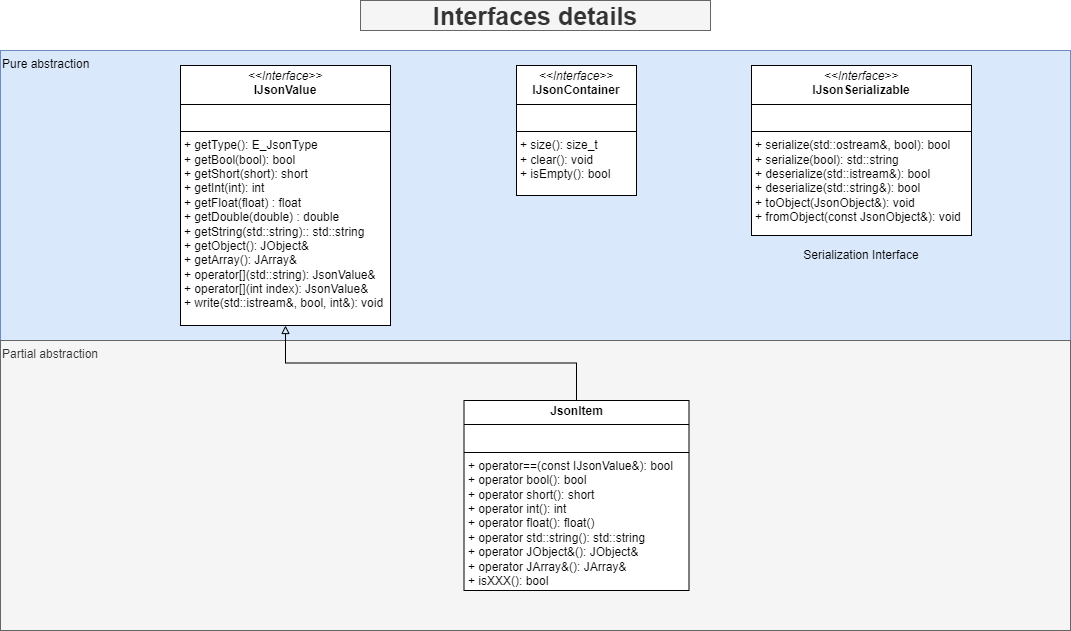
The draw.io diagram resources/interfaces_details.png in mtiberghien/JsonIO, before a commit. Source tidied: cells renumbered, new cells last; positions are measured from the earlier drawing's top-left corner, leaving out a move shared by most shapes.
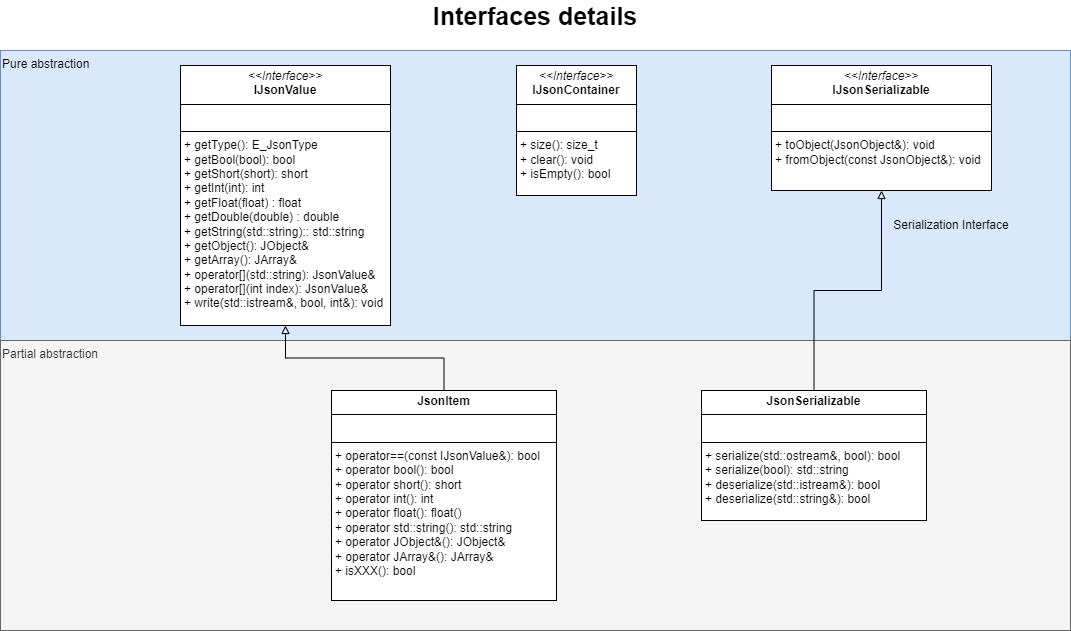
The same file after the commit.

Change to the diagram source:
```diff
@@ -11,14 +11,14 @@
     <mxCell id="4" value="&lt;p style=&quot;margin:0px;margin-top:4px;text-align:center;&quot;&gt;&lt;i&gt;&amp;lt;&amp;lt;Interface&amp;gt;&amp;gt;&lt;/i&gt;&lt;br&gt;&lt;b&gt;IJsonValue&lt;/b&gt;&lt;/p&gt;&lt;hr size=&quot;1&quot; style=&quot;border-style:solid;&quot;&gt;&lt;p style=&quot;margin:0px;margin-left:4px;&quot;&gt;&lt;br&gt;&lt;/p&gt;&lt;hr size=&quot;1&quot; style=&quot;border-style:solid;&quot;&gt;&lt;p style=&quot;margin:0px;margin-left:4px;&quot;&gt;+ getType(): E_JsonType&lt;br&gt;+ getBool(bool): bool&lt;/p&gt;&lt;p style=&quot;margin:0px;margin-left:4px;&quot;&gt;+ getShort(short): short&lt;/p&gt;&lt;p style=&quot;margin:0px;margin-left:4px;&quot;&gt;+ getInt(int): int&lt;/p&gt;&lt;p style=&quot;margin:0px;margin-left:4px;&quot;&gt;+ getFloat(float) : float&lt;/p&gt;&lt;p style=&quot;margin:0px;margin-left:4px;&quot;&gt;+ getDouble(double) : double&lt;/p&gt;&lt;p style=&quot;margin:0px;margin-left:4px;&quot;&gt;+ getString(std::string):: std::string&lt;/p&gt;&lt;p style=&quot;margin:0px;margin-left:4px;&quot;&gt;+ getObject(): JObject&amp;amp;&lt;/p&gt;&lt;p style=&quot;margin:0px;margin-left:4px;&quot;&gt;+ getArray(): JArray&amp;amp;&lt;/p&gt;&lt;p style=&quot;margin:0px;margin-left:4px;&quot;&gt;+ operator[](std::string): JsonValue&amp;amp;&lt;/p&gt;&lt;p style=&quot;margin:0px;margin-left:4px;&quot;&gt;+ operator[](int index): JsonValue&amp;amp;&lt;/p&gt;&lt;p style=&quot;margin:0px;margin-left:4px;&quot;&gt;+ write(std::istream&amp;amp;, bool, int&amp;amp;): void&lt;/p&gt;&lt;p style=&quot;margin:0px;margin-left:4px;&quot;&gt;&lt;br&gt;&lt;/p&gt;" style="verticalAlign=top;align=left;overflow=fill;html=1;whiteSpace=wrap;" parent="1" vertex="1">
       <mxGeometry x="180" y="65" width="210" height="260" as="geometry" />
     </mxCell>
-    <mxCell id="5" value="&lt;p style=&quot;margin:0px;margin-top:4px;text-align:center;&quot;&gt;&lt;i&gt;&amp;lt;&amp;lt;Interface&amp;gt;&amp;gt;&lt;/i&gt;&lt;br&gt;&lt;b&gt;IJsonSerializable&lt;/b&gt;&lt;/p&gt;&lt;hr size=&quot;1&quot; style=&quot;border-style:solid;&quot;&gt;&lt;p style=&quot;margin:0px;margin-left:4px;&quot;&gt;&lt;br&gt;&lt;/p&gt;&lt;hr size=&quot;1&quot; style=&quot;border-style:solid;&quot;&gt;&lt;p style=&quot;margin:0px;margin-left:4px;&quot;&gt;+ serialize(std::ostream&amp;amp;, bool): bool&lt;/p&gt;&lt;p style=&quot;margin:0px;margin-left:4px;&quot;&gt;+ serialize(bool): std::string&lt;/p&gt;&lt;p style=&quot;margin:0px;margin-left:4px;&quot;&gt;+ deserialize(std::istream&amp;amp;): bool&lt;/p&gt;&lt;p style=&quot;margin:0px;margin-left:4px;&quot;&gt;+ deserialize(std::string&amp;amp;): bool&lt;/p&gt;&lt;p style=&quot;margin:0px;margin-left:4px;&quot;&gt;+ toObject(JsonObject&amp;amp;): void&lt;/p&gt;&lt;p style=&quot;margin:0px;margin-left:4px;&quot;&gt;+ fromObject(const JsonObject&amp;amp;): void&lt;/p&gt;" style="verticalAlign=top;align=left;overflow=fill;html=1;whiteSpace=wrap;" parent="1" vertex="1">
-      <mxGeometry x="751" y="65" width="220" height="170" as="geometry" />
+    <mxCell id="5" value="&lt;p style=&quot;margin:0px;margin-top:4px;text-align:center;&quot;&gt;&lt;i&gt;&amp;lt;&amp;lt;Interface&amp;gt;&amp;gt;&lt;/i&gt;&lt;br&gt;&lt;b&gt;IJsonSerializable&lt;/b&gt;&lt;/p&gt;&lt;hr size=&quot;1&quot; style=&quot;border-style:solid;&quot;&gt;&lt;p style=&quot;margin:0px;margin-left:4px;&quot;&gt;&lt;br&gt;&lt;/p&gt;&lt;hr size=&quot;1&quot; style=&quot;border-style:solid;&quot;&gt;&lt;p style=&quot;margin:0px;margin-left:4px;&quot;&gt;&lt;span style=&quot;background-color: initial;&quot;&gt;+ toObject(JsonObject&amp;amp;): void&lt;/span&gt;&lt;br&gt;&lt;/p&gt;&lt;p style=&quot;margin:0px;margin-left:4px;&quot;&gt;+ fromObject(const JsonObject&amp;amp;): void&lt;/p&gt;" style="verticalAlign=top;align=left;overflow=fill;html=1;whiteSpace=wrap;" parent="1" vertex="1">
+      <mxGeometry x="771" y="65" width="220" height="125" as="geometry" />
     </mxCell>
     <mxCell id="6" style="edgeStyle=orthogonalEdgeStyle;rounded=0;jettySize=auto;html=1;exitX=0.5;exitY=0;exitDx=0;exitDy=0;endArrow=block;endFill=0;" parent="1" edge="1" source="7" target="4">
       <mxGeometry relative="1" as="geometry" />
     </mxCell>
     <mxCell id="7" value="&lt;p style=&quot;margin:0px;margin-top:4px;text-align:center;&quot;&gt;&lt;b&gt;JsonItem&lt;/b&gt;&lt;/p&gt;&lt;hr size=&quot;1&quot; style=&quot;border-style:solid;&quot;&gt;&lt;p style=&quot;margin:0px;margin-left:4px;&quot;&gt;&lt;br&gt;&lt;/p&gt;&lt;hr size=&quot;1&quot; style=&quot;border-style:solid;&quot;&gt;&lt;p style=&quot;margin:0px;margin-left:4px;&quot;&gt;+ operator==(const IJsonValue&amp;amp;): bool&lt;/p&gt;&lt;p style=&quot;margin:0px;margin-left:4px;&quot;&gt;+ operator bool(): bool&lt;/p&gt;&lt;p style=&quot;margin:0px;margin-left:4px;&quot;&gt;+ operator short(): short&lt;/p&gt;&lt;p style=&quot;margin:0px;margin-left:4px;&quot;&gt;+ operator int(): int&lt;/p&gt;&lt;p style=&quot;margin:0px;margin-left:4px;&quot;&gt;+ operator float(): float()&lt;/p&gt;&lt;p style=&quot;margin:0px;margin-left:4px;&quot;&gt;+ operator std::string(): std::string&lt;/p&gt;&lt;p style=&quot;margin:0px;margin-left:4px;&quot;&gt;+ operator JObject&amp;amp;(): JObject&amp;amp;&lt;/p&gt;&lt;p style=&quot;margin:0px;margin-left:4px;&quot;&gt;+ operator JArray&amp;amp;(): JArray&amp;amp;&lt;/p&gt;&lt;p style=&quot;margin:0px;margin-left:4px;&quot;&gt;+ isXXX(): bool&lt;/p&gt;&lt;p style=&quot;margin:0px;margin-left:4px;&quot;&gt;&lt;br&gt;&lt;/p&gt;" style="verticalAlign=top;align=left;overflow=fill;html=1;whiteSpace=wrap;" parent="1" vertex="1">
-      <mxGeometry x="463.5" y="400" width="225" height="190" as="geometry" />
+      <mxGeometry x="331" y="390" width="225" height="210" as="geometry" />
     </mxCell>
     <mxCell id="8" value="&lt;p style=&quot;margin:0px;margin-top:4px;text-align:center;&quot;&gt;&lt;i&gt;&amp;lt;&amp;lt;Interface&amp;gt;&amp;gt;&lt;/i&gt;&lt;br&gt;&lt;b&gt;IJsonContainer&lt;/b&gt;&lt;/p&gt;&lt;hr size=&quot;1&quot; style=&quot;border-style:solid;&quot;&gt;&lt;p style=&quot;margin:0px;margin-left:4px;&quot;&gt;&lt;br&gt;&lt;/p&gt;&lt;hr size=&quot;1&quot; style=&quot;border-style:solid;&quot;&gt;&lt;p style=&quot;margin:0px;margin-left:4px;&quot;&gt;+ size(): size_t&lt;/p&gt;&lt;p style=&quot;margin:0px;margin-left:4px;&quot;&gt;+ clear(): void&lt;/p&gt;&lt;p style=&quot;margin:0px;margin-left:4px;&quot;&gt;+ isEmpty(): bool&lt;/p&gt;" style="verticalAlign=top;align=left;overflow=fill;html=1;whiteSpace=wrap;" parent="1" vertex="1">
       <mxGeometry x="516" y="65" width="120" height="130" as="geometry" />
@@ -27,34 +27,13 @@
       <mxGeometry x="360" width="350" height="30" as="geometry" />
     </mxCell>
     <mxCell id="10" value="Serialization Interface" style="text;html=1;align=center;verticalAlign=middle;whiteSpace=wrap;rounded=0;" parent="1" vertex="1">
-      <mxGeometry x="801" y="240" width="120" height="30" as="geometry" />
+      <mxGeometry x="891" y="210" width="120" height="30" as="geometry" />
     </mxCell>
-    <mxCell id="11" value="Pure abstraction" style="rounded=0;whiteSpace=wrap;html=1;align=left;verticalAlign=top;fillColor=#dae8fc;strokeColor=#6c8ebf;" parent="1" vertex="1">
-      <mxGeometry y="50" width="1070" height="290" as="geometry" />
-    </mxCell>
-    <mxCell id="12" value="Partial abstraction" style="rounded=0;whiteSpace=wrap;html=1;align=left;verticalAlign=top;fillColor=#f5f5f5;strokeColor=#666666;fontColor=#333333;" parent="1" vertex="1">
-      <mxGeometry y="340" width="1070" height="290" as="geometry" />
-    </mxCell>
-    <mxCell id="13" value="&lt;p style=&quot;margin:0px;margin-top:4px;text-align:center;&quot;&gt;&lt;i&gt;&amp;lt;&amp;lt;Interface&amp;gt;&amp;gt;&lt;/i&gt;&lt;br&gt;&lt;b&gt;IJsonValue&lt;/b&gt;&lt;/p&gt;&lt;hr size=&quot;1&quot; style=&quot;border-style:solid;&quot;&gt;&lt;p style=&quot;margin:0px;margin-left:4px;&quot;&gt;&lt;br&gt;&lt;/p&gt;&lt;hr size=&quot;1&quot; style=&quot;border-style:solid;&quot;&gt;&lt;p style=&quot;margin:0px;margin-left:4px;&quot;&gt;+ getType(): E_JsonType&lt;br&gt;+ getBool(bool): bool&lt;/p&gt;&lt;p style=&quot;margin:0px;margin-left:4px;&quot;&gt;+ getShort(short): short&lt;/p&gt;&lt;p style=&quot;margin:0px;margin-left:4px;&quot;&gt;+ getInt(int): int&lt;/p&gt;&lt;p style=&quot;margin:0px;margin-left:4px;&quot;&gt;+ getFloat(float) : float&lt;/p&gt;&lt;p style=&quot;margin:0px;margin-left:4px;&quot;&gt;+ getDouble(double) : double&lt;/p&gt;&lt;p style=&quot;margin:0px;margin-left:4px;&quot;&gt;+ getString(std::string):: std::string&lt;/p&gt;&lt;p style=&quot;margin:0px;margin-left:4px;&quot;&gt;+ getObject(): JObject&amp;amp;&lt;/p&gt;&lt;p style=&quot;margin:0px;margin-left:4px;&quot;&gt;+ getArray(): JArray&amp;amp;&lt;/p&gt;&lt;p style=&quot;margin:0px;margin-left:4px;&quot;&gt;+ operator[](std::string): JsonValue&amp;amp;&lt;/p&gt;&lt;p style=&quot;margin:0px;margin-left:4px;&quot;&gt;+ operator[](int index): JsonValue&amp;amp;&lt;/p&gt;&lt;p style=&quot;margin:0px;margin-left:4px;&quot;&gt;+ write(std::istream&amp;amp;, bool, int&amp;amp;): void&lt;/p&gt;&lt;p style=&quot;margin:0px;margin-left:4px;&quot;&gt;&lt;br&gt;&lt;/p&gt;" style="verticalAlign=top;align=left;overflow=fill;html=1;whiteSpace=wrap;" parent="1" vertex="1">
-      <mxGeometry x="180" y="65" width="210" height="260" as="geometry" />
-    </mxCell>
-    <mxCell id="14" value="&lt;p style=&quot;margin:0px;margin-top:4px;text-align:center;&quot;&gt;&lt;i&gt;&amp;lt;&amp;lt;Interface&amp;gt;&amp;gt;&lt;/i&gt;&lt;br&gt;&lt;b&gt;IJsonSerializable&lt;/b&gt;&lt;/p&gt;&lt;hr size=&quot;1&quot; style=&quot;border-style:solid;&quot;&gt;&lt;p style=&quot;margin:0px;margin-left:4px;&quot;&gt;&lt;br&gt;&lt;/p&gt;&lt;hr size=&quot;1&quot; style=&quot;border-style:solid;&quot;&gt;&lt;p style=&quot;margin:0px;margin-left:4px;&quot;&gt;+ serialize(std::ostream&amp;amp;, bool): bool&lt;/p&gt;&lt;p style=&quot;margin:0px;margin-left:4px;&quot;&gt;+ serialize(bool): std::string&lt;/p&gt;&lt;p style=&quot;margin:0px;margin-left:4px;&quot;&gt;+ deserialize(std::istream&amp;amp;): bool&lt;/p&gt;&lt;p style=&quot;margin:0px;margin-left:4px;&quot;&gt;+ deserialize(std::string&amp;amp;): bool&lt;/p&gt;&lt;p style=&quot;margin:0px;margin-left:4px;&quot;&gt;+ toObject(JsonObject&amp;amp;): void&lt;/p&gt;&lt;p style=&quot;margin:0px;margin-left:4px;&quot;&gt;+ fromObject(const JsonObject&amp;amp;): void&lt;/p&gt;" style="verticalAlign=top;align=left;overflow=fill;html=1;whiteSpace=wrap;" parent="1" vertex="1">
-      <mxGeometry x="751" y="65" width="220" height="170" as="geometry" />
-    </mxCell>
-    <mxCell id="15" style="edgeStyle=orthogonalEdgeStyle;rounded=0;jettySize=auto;html=1;exitX=0.5;exitY=0;exitDx=0;exitDy=0;endArrow=block;endFill=0;" parent="1" edge="1" source="16" target="13">
-      <mxGeometry relative="1" as="geometry" />
-    </mxCell>
-    <mxCell id="16" value="&lt;p style=&quot;margin:0px;margin-top:4px;text-align:center;&quot;&gt;&lt;b&gt;JsonItem&lt;/b&gt;&lt;/p&gt;&lt;hr size=&quot;1&quot; style=&quot;border-style:solid;&quot;&gt;&lt;p style=&quot;margin:0px;margin-left:4px;&quot;&gt;&lt;br&gt;&lt;/p&gt;&lt;hr size=&quot;1&quot; style=&quot;border-style:solid;&quot;&gt;&lt;p style=&quot;margin:0px;margin-left:4px;&quot;&gt;+ operator==(const IJsonValue&amp;amp;): bool&lt;/p&gt;&lt;p style=&quot;margin:0px;margin-left:4px;&quot;&gt;+ operator bool(): bool&lt;/p&gt;&lt;p style=&quot;margin:0px;margin-left:4px;&quot;&gt;+ operator short(): short&lt;/p&gt;&lt;p style=&quot;margin:0px;margin-left:4px;&quot;&gt;+ operator int(): int&lt;/p&gt;&lt;p style=&quot;margin:0px;margin-left:4px;&quot;&gt;+ operator float(): float()&lt;/p&gt;&lt;p style=&quot;margin:0px;margin-left:4px;&quot;&gt;+ operator std::string(): std::string&lt;/p&gt;&lt;p style=&quot;margin:0px;margin-left:4px;&quot;&gt;+ operator JObject&amp;amp;(): JObject&amp;amp;&lt;/p&gt;&lt;p style=&quot;margin:0px;margin-left:4px;&quot;&gt;+ operator JArray&amp;amp;(): JArray&amp;amp;&lt;/p&gt;&lt;p style=&quot;margin:0px;margin-left:4px;&quot;&gt;+ isXXX(): bool&lt;/p&gt;&lt;p style=&quot;margin:0px;margin-left:4px;&quot;&gt;&lt;br&gt;&lt;/p&gt;" style="verticalAlign=top;align=left;overflow=fill;html=1;whiteSpace=wrap;" parent="1" vertex="1">
-      <mxGeometry x="463.5" y="400" width="225" height="190" as="geometry" />
-    </mxCell>
-    <mxCell id="17" value="&lt;p style=&quot;margin:0px;margin-top:4px;text-align:center;&quot;&gt;&lt;i&gt;&amp;lt;&amp;lt;Interface&amp;gt;&amp;gt;&lt;/i&gt;&lt;br&gt;&lt;b&gt;IJsonContainer&lt;/b&gt;&lt;/p&gt;&lt;hr size=&quot;1&quot; style=&quot;border-style:solid;&quot;&gt;&lt;p style=&quot;margin:0px;margin-left:4px;&quot;&gt;&lt;br&gt;&lt;/p&gt;&lt;hr size=&quot;1&quot; style=&quot;border-style:solid;&quot;&gt;&lt;p style=&quot;margin:0px;margin-left:4px;&quot;&gt;+ size(): size_t&lt;/p&gt;&lt;p style=&quot;margin:0px;margin-left:4px;&quot;&gt;+ clear(): void&lt;/p&gt;&lt;p style=&quot;margin:0px;margin-left:4px;&quot;&gt;+ isEmpty(): bool&lt;/p&gt;" style="verticalAlign=top;align=left;overflow=fill;html=1;whiteSpace=wrap;" parent="1" vertex="1">
-      <mxGeometry x="516" y="65" width="120" height="130" as="geometry" />
-    </mxCell>
-    <mxCell id="18" value="Interfaces details" style="text;html=1;align=center;verticalAlign=middle;whiteSpace=wrap;rounded=0;fontStyle=1;fontSize=25;fillColor=#f5f5f5;fontColor=#333333;strokeColor=#666666;" parent="1" vertex="1">
-      <mxGeometry x="360" width="350" height="30" as="geometry" />
-    </mxCell>
-    <mxCell id="19" value="Serialization Interface" style="text;html=1;align=center;verticalAlign=middle;whiteSpace=wrap;rounded=0;" parent="1" vertex="1">
-      <mxGeometry x="801" y="240" width="120" height="30" as="geometry" />
-    </mxCell>
+    <mxCell id="20" style="edgeStyle=orthogonalEdgeStyle;rounded=0;jettySize=auto;html=1;exitX=0.5;exitY=0;exitDx=0;exitDy=0;entryX=0.5;entryY=1;entryDx=0;entryDy=0;endArrow=block;endFill=0;" parent="1" edge="1" source="21" target="5">
+      <mxGeometry relative="1" as="geometry" />
+    </mxCell>
+    <mxCell id="21" value="&lt;p style=&quot;margin:0px;margin-top:4px;text-align:center;&quot;&gt;&lt;b&gt;JsonSerializable&lt;/b&gt;&lt;/p&gt;&lt;hr size=&quot;1&quot; style=&quot;border-style:solid;&quot;&gt;&lt;p style=&quot;margin:0px;margin-left:4px;&quot;&gt;&lt;br&gt;&lt;/p&gt;&lt;hr size=&quot;1&quot; style=&quot;border-style:solid;&quot;&gt;&lt;p style=&quot;margin: 0px 0px 0px 4px;&quot;&gt;+ serialize(std::ostream&amp;amp;, bool): bool&lt;/p&gt;&lt;p style=&quot;margin: 0px 0px 0px 4px;&quot;&gt;+ serialize(bool): std::string&lt;/p&gt;&lt;p style=&quot;margin: 0px 0px 0px 4px;&quot;&gt;+ deserialize(std::istream&amp;amp;): bool&lt;/p&gt;&lt;p style=&quot;margin: 0px 0px 0px 4px;&quot;&gt;+ deserialize(std::string&amp;amp;): bool&lt;/p&gt;&lt;p style=&quot;margin:0px;margin-left:4px;&quot;&gt;&lt;br&gt;&lt;/p&gt;" style="verticalAlign=top;align=left;overflow=fill;html=1;whiteSpace=wrap;" parent="1" vertex="1">
+      <mxGeometry x="701" y="390" width="225" height="130" as="geometry" />
+    </mxCell>
   </root>
 </mxGraphModel>
```
